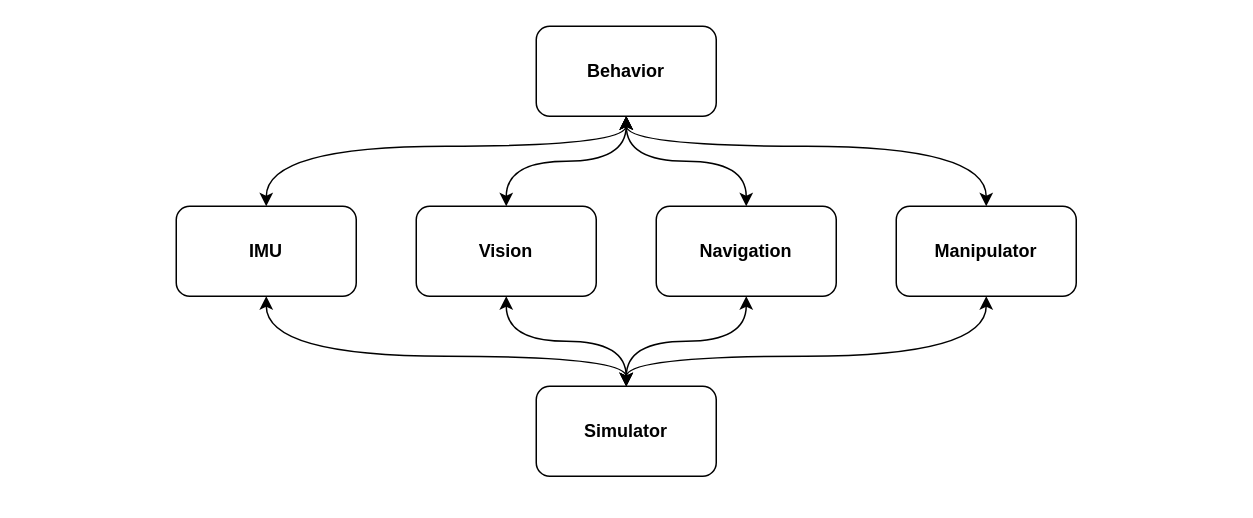
This is diagram/robot-controller.drawio from threeal/proposal-ta-simulasi-robot, a draw.io file, before an edit. Source tidied: cells renumbered, new cells numbered last; positions are measured from the earlier drawing's top-left corner, leaving out a move shared by most shapes. Both pictures are drawn from the tidied source at 150%, with x=0, y=0 at pixel (176, 26).
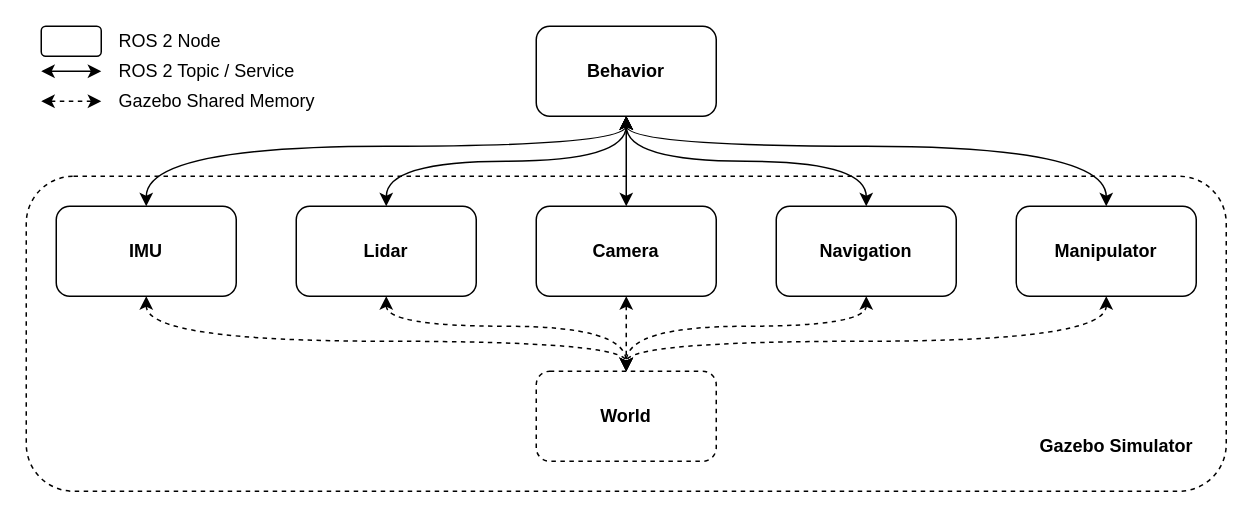
The same page after the edit.

The change refers to these unchanged cells:
```xml
<mxCell id="6" value="&lt;b&gt;Behavior&lt;/b&gt;" style="rounded=1;whiteSpace=wrap;html=1;" parent="1" vertex="1">
  <mxGeometry x="240" width="120" height="60" as="geometry" />
</mxCell>
```

What changed in the source:
```diff
@@
-    <mxCell id="2" style="edgeStyle=orthogonalEdgeStyle;rounded=0;jettySize=auto;html=1;curved=1;startArrow=classic;startFill=1;strokeWidth=1;" parent="1" edge="1" source="6" target="9">
-      <mxGeometry relative="1" as="geometry">
-        <Array as="points">
-          <mxPoint x="300" y="80" />
-          <mxPoint x="60" y="80" />
-        </Array>
-      </mxGeometry>
-    </mxCell>
-    <mxCell id="3" style="edgeStyle=orthogonalEdgeStyle;curved=1;rounded=0;jettySize=auto;html=1;startArrow=classic;startFill=1;strokeWidth=1;" parent="1" edge="1" source="6" target="11">
-      <mxGeometry relative="1" as="geometry" />
-    </mxCell>
-    <mxCell id="4" style="edgeStyle=orthogonalEdgeStyle;curved=1;rounded=0;jettySize=auto;html=1;startArrow=classic;startFill=1;strokeWidth=1;" parent="1" edge="1" source="6" target="13">
-      <mxGeometry relative="1" as="geometry" />
-    </mxCell>
-    <mxCell id="5" style="edgeStyle=orthogonalEdgeStyle;rounded=0;jettySize=auto;html=1;startArrow=classic;startFill=1;elbow=vertical;curved=1;strokeWidth=1;" parent="1" edge="1" source="6" target="15">
-      <mxGeometry relative="1" as="geometry">
-        <Array as="points">
-          <mxPoint x="300" y="80" />
-          <mxPoint x="540" y="80" />
-        </Array>
-      </mxGeometry>
-    </mxCell>
+    <mxCell id="16" style="rounded=1;whiteSpace=wrap;html=1;dashed=1;fillColor=none;" parent="1" vertex="1">
+      <mxGeometry x="-100" y="100" width="800" height="210" as="geometry" />
+    </mxCell>
@@
-    <mxCell id="7" value="&lt;b&gt;Simulator&lt;/b&gt;" style="rounded=1;whiteSpace=wrap;html=1;" parent="1" vertex="1">
-      <mxGeometry x="240" y="240" width="120" height="60" as="geometry" />
+    <mxCell id="7" value="&lt;b&gt;World&lt;/b&gt;" style="rounded=1;whiteSpace=wrap;html=1;dashed=1;" parent="1" vertex="1">
+      <mxGeometry x="240" y="230" width="120" height="60" as="geometry" />
     </mxCell>
-    <mxCell id="8" style="edgeStyle=orthogonalEdgeStyle;curved=1;rounded=0;jettySize=auto;html=1;startArrow=classic;startFill=1;strokeWidth=1;" parent="1" edge="1" source="9" target="7">
+    <mxCell id="8" style="edgeStyle=orthogonalEdgeStyle;rounded=0;jettySize=auto;html=1;entryX=0.5;entryY=0;entryDx=0;entryDy=0;curved=1;startArrow=classic;startFill=1;dashed=1;" parent="1" edge="1" source="9" target="7">
       <mxGeometry relative="1" as="geometry">
         <Array as="points">
-          <mxPoint x="60" y="220" />
-          <mxPoint x="300" y="220" />
+          <mxPoint x="-20" y="210" />
+          <mxPoint x="300" y="210" />
         </Array>
       </mxGeometry>
     </mxCell>
+    <mxCell id="17" style="edgeStyle=orthogonalEdgeStyle;curved=1;rounded=0;jettySize=auto;html=1;entryX=0.5;entryY=1;entryDx=0;entryDy=0;startArrow=classic;startFill=1;" parent="1" edge="1" source="9" target="6">
+      <mxGeometry relative="1" as="geometry">
+        <Array as="points">
+          <mxPoint x="-20" y="80" />
+          <mxPoint x="300" y="80" />
+        </Array>
+      </mxGeometry>
+    </mxCell>
     <mxCell id="9" value="&lt;b&gt;IMU&lt;/b&gt;" style="rounded=1;whiteSpace=wrap;html=1;" parent="1" vertex="1">
-      <mxGeometry y="120" width="120" height="60" as="geometry" />
+      <mxGeometry x="-80" y="120" width="120" height="60" as="geometry" />
     </mxCell>
-    <mxCell id="10" style="edgeStyle=orthogonalEdgeStyle;curved=1;rounded=0;jettySize=auto;html=1;startArrow=classic;startFill=1;strokeWidth=1;" parent="1" edge="1" source="11" target="7">
-      <mxGeometry relative="1" as="geometry" />
-    </mxCell>
+    <mxCell id="18" style="edgeStyle=orthogonalEdgeStyle;curved=1;rounded=0;jettySize=auto;html=1;dashed=1;startArrow=classic;startFill=1;" parent="1" edge="1" source="11">
+      <mxGeometry relative="1" as="geometry">
+        <mxPoint x="300" y="230" as="targetPoint" />
+      </mxGeometry>
+    </mxCell>
+    <mxCell id="19" style="edgeStyle=orthogonalEdgeStyle;curved=1;rounded=0;jettySize=auto;html=1;startArrow=classic;startFill=1;entryX=0.5;entryY=1;entryDx=0;entryDy=0;" parent="1" edge="1" source="11" target="6">
+      <mxGeometry relative="1" as="geometry" />
+    </mxCell>
-    <mxCell id="11" value="&lt;b&gt;Vision&lt;/b&gt;" style="rounded=1;whiteSpace=wrap;html=1;" parent="1" vertex="1">
-      <mxGeometry x="160" y="120" width="120" height="60" as="geometry" />
+    <mxCell id="11" value="&lt;b&gt;Camera&lt;/b&gt;" style="rounded=1;whiteSpace=wrap;html=1;" parent="1" vertex="1">
+      <mxGeometry x="240" y="120" width="120" height="60" as="geometry" />
     </mxCell>
-    <mxCell id="12" style="edgeStyle=orthogonalEdgeStyle;curved=1;rounded=0;jettySize=auto;html=1;entryX=0.5;entryY=0;entryDx=0;entryDy=0;startArrow=classic;startFill=1;strokeWidth=1;" parent="1" edge="1" source="13" target="7">
-      <mxGeometry relative="1" as="geometry" />
+    <mxCell id="12" style="edgeStyle=orthogonalEdgeStyle;curved=1;rounded=0;jettySize=auto;html=1;entryX=0.5;entryY=0;entryDx=0;entryDy=0;dashed=1;startArrow=classic;startFill=1;" parent="1" edge="1" source="13" target="7">
+      <mxGeometry relative="1" as="geometry">
+        <Array as="points">
+          <mxPoint x="460" y="200" />
+          <mxPoint x="300" y="200" />
+        </Array>
+      </mxGeometry>
     </mxCell>
+    <mxCell id="20" style="edgeStyle=orthogonalEdgeStyle;curved=1;rounded=0;jettySize=auto;html=1;entryX=0.5;entryY=1;entryDx=0;entryDy=0;startArrow=classic;startFill=1;" parent="1" edge="1" source="13" target="6">
+      <mxGeometry relative="1" as="geometry">
+        <Array as="points">
+          <mxPoint x="460" y="90" />
+          <mxPoint x="300" y="90" />
+        </Array>
+      </mxGeometry>
+    </mxCell>
     <mxCell id="13" value="&lt;b&gt;Navigation&lt;/b&gt;" style="rounded=1;whiteSpace=wrap;html=1;" parent="1" vertex="1">
-      <mxGeometry x="320" y="120" width="120" height="60" as="geometry" />
+      <mxGeometry x="400" y="120" width="120" height="60" as="geometry" />
     </mxCell>
-    <mxCell id="14" style="edgeStyle=orthogonalEdgeStyle;curved=1;rounded=0;jettySize=auto;html=1;startArrow=classic;startFill=1;strokeWidth=1;" parent="1" edge="1" source="15" target="7">
+    <mxCell id="14" style="edgeStyle=orthogonalEdgeStyle;curved=1;rounded=0;jettySize=auto;html=1;dashed=1;startArrow=classic;startFill=1;" parent="1" edge="1" source="15" target="7">
       <mxGeometry relative="1" as="geometry">
         <Array as="points">
-          <mxPoint x="540" y="220" />
-          <mxPoint x="300" y="220" />
+          <mxPoint x="620" y="210" />
+          <mxPoint x="300" y="210" />
         </Array>
       </mxGeometry>
     </mxCell>
+    <mxCell id="21" style="edgeStyle=orthogonalEdgeStyle;curved=1;rounded=0;jettySize=auto;html=1;entryX=0.5;entryY=1;entryDx=0;entryDy=0;startArrow=classic;startFill=1;" parent="1" edge="1" source="15" target="6">
+      <mxGeometry relative="1" as="geometry">
+        <Array as="points">
+          <mxPoint x="620" y="80" />
+          <mxPoint x="300" y="80" />
+        </Array>
+      </mxGeometry>
+    </mxCell>
     <mxCell id="15" value="&lt;b&gt;Manipulator&lt;/b&gt;" style="rounded=1;whiteSpace=wrap;html=1;" parent="1" vertex="1">
-      <mxGeometry x="480" y="120" width="120" height="60" as="geometry" />
+      <mxGeometry x="560" y="120" width="120" height="60" as="geometry" />
     </mxCell>
+    <mxCell id="22" style="edgeStyle=orthogonalEdgeStyle;curved=1;rounded=0;jettySize=auto;html=1;dashed=1;startArrow=classic;startFill=1;" parent="1" edge="1" source="24" target="7">
+      <mxGeometry relative="1" as="geometry">
+        <Array as="points">
+          <mxPoint x="140" y="200" />
+          <mxPoint x="300" y="200" />
+        </Array>
+      </mxGeometry>
+    </mxCell>
+    <mxCell id="23" style="edgeStyle=orthogonalEdgeStyle;curved=1;rounded=0;jettySize=auto;html=1;startArrow=classic;startFill=1;" parent="1" edge="1" source="24" target="6">
+      <mxGeometry relative="1" as="geometry">
+        <Array as="points">
+          <mxPoint x="140" y="90" />
+          <mxPoint x="300" y="90" />
+        </Array>
+      </mxGeometry>
+    </mxCell>
+    <mxCell id="24" value="&lt;b&gt;Lidar&lt;/b&gt;" style="rounded=1;whiteSpace=wrap;html=1;" parent="1" vertex="1">
+      <mxGeometry x="80" y="120" width="120" height="60" as="geometry" />
+    </mxCell>
+    <mxCell id="25" value="&lt;b&gt;Gazebo Simulator&lt;/b&gt;" style="text;html=1;strokeColor=none;fillColor=none;align=right;verticalAlign=middle;whiteSpace=wrap;rounded=0;dashed=1;" parent="1" vertex="1">
+      <mxGeometry x="380" y="270" width="300" height="20" as="geometry" />
+    </mxCell>
+    <mxCell id="26" style="rounded=1;whiteSpace=wrap;html=1;fillColor=none;" parent="1" vertex="1">
+      <mxGeometry x="-90" width="40" height="20" as="geometry" />
+    </mxCell>
+    <mxCell id="27" value="ROS 2 Node" style="text;html=1;strokeColor=none;fillColor=none;align=left;verticalAlign=middle;whiteSpace=wrap;rounded=0;" parent="1" vertex="1">
+      <mxGeometry x="-40" width="80" height="20" as="geometry" />
+    </mxCell>
+    <mxCell id="28" style="endArrow=classic;html=1;endFill=1;startArrow=classic;startFill=1;" parent="1" edge="1">
+      <mxGeometry relative="1" as="geometry">
+        <mxPoint x="-90" y="30" as="sourcePoint" />
+        <mxPoint x="-50" y="30" as="targetPoint" />
+      </mxGeometry>
+    </mxCell>
+    <mxCell id="29" value="ROS 2 Topic / Service" style="text;html=1;strokeColor=none;fillColor=none;align=left;verticalAlign=middle;whiteSpace=wrap;rounded=0;" parent="1" vertex="1">
+      <mxGeometry x="-40" y="20" width="130" height="20" as="geometry" />
+    </mxCell>
+    <mxCell id="30" style="endArrow=classic;html=1;endFill=1;startArrow=classic;startFill=1;dashed=1;" parent="1" edge="1">
+      <mxGeometry relative="1" as="geometry">
+        <mxPoint x="-90" y="50" as="sourcePoint" />
+        <mxPoint x="-50" y="50" as="targetPoint" />
+      </mxGeometry>
+    </mxCell>
+    <mxCell id="31" value="Gazebo Shared Memory" style="text;html=1;strokeColor=none;fillColor=none;align=left;verticalAlign=middle;whiteSpace=wrap;rounded=0;" parent="1" vertex="1">
+      <mxGeometry x="-40" y="40" width="140" height="20" as="geometry" />
+    </mxCell>
```
